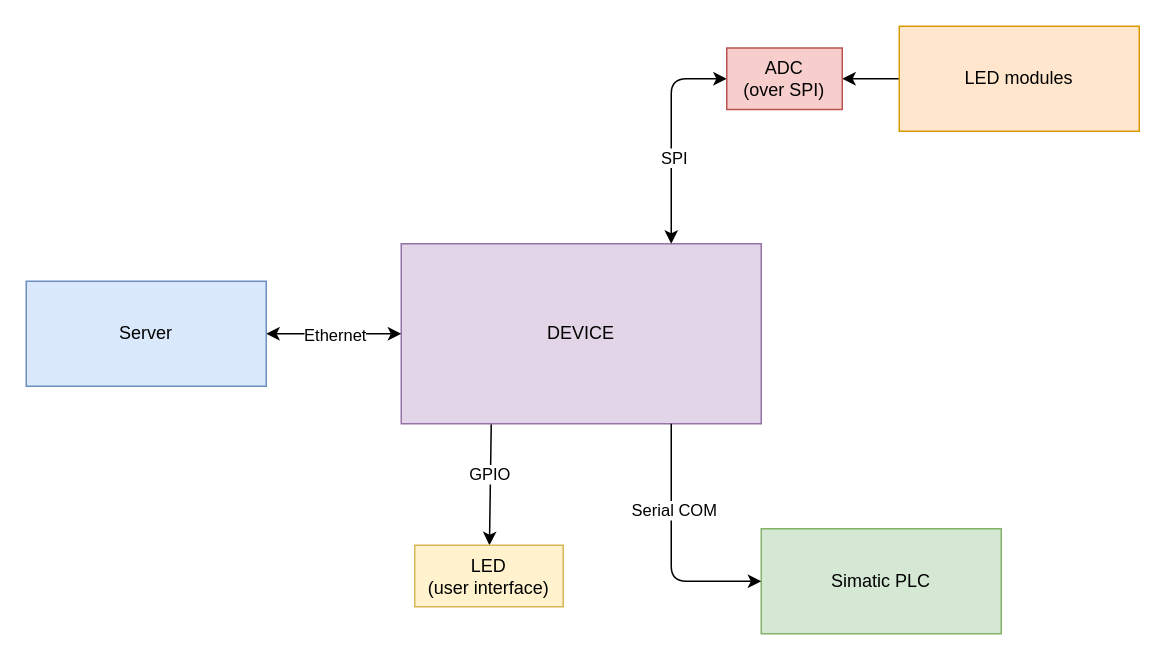
petrkucerak/diplom-thesis keeps this draw.io diagram as schematic/04-hw-design.drawio. Above is the earlier version. Source tidied: cells renumbered, new cells numbered last; positions are measured from the earlier drawing's top-left corner, leaving out a move shared by most shapes. Both pictures are drawn from the tidied source at 150%, with x=0, y=0 at pixel (26, 26).
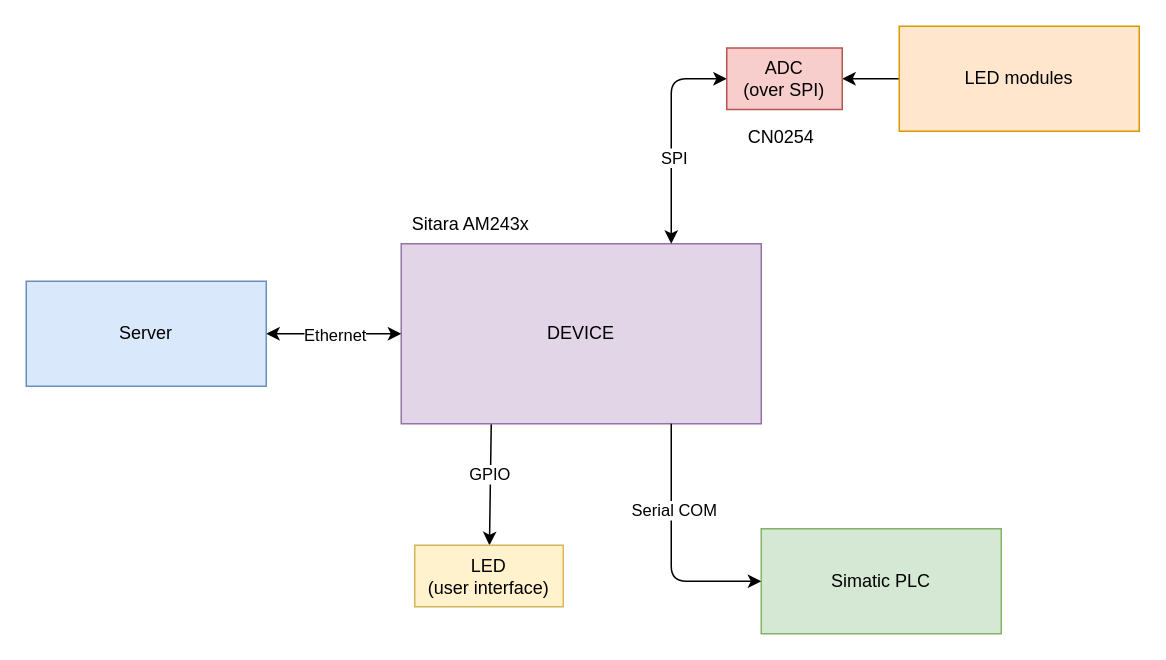
Above is the later version.

Commit message (it also covers changes not shown here):
Add exported schematic

Diff of the diagram source:
```diff
@@
 <mxGraphModel>
   <root>
     <mxCell id="0" />
     <mxCell id="1" parent="0" />
     <mxCell id="2" style="edgeStyle=none;html=1;exitX=0.25;exitY=1;exitDx=0;exitDy=0;" parent="1" edge="1" source="4" target="16">
       <mxGeometry relative="1" as="geometry" />
     </mxCell>
     <mxCell id="3" value="GPIO" style="edgeLabel;html=1;align=center;verticalAlign=middle;" parent="2" vertex="1">
       <mxGeometry x="-0.17" y="-1" relative="1" as="geometry" />
     </mxCell>
     <mxCell id="4" value="DEVICE" style="rounded=0;whiteSpace=wrap;html=1;fillColor=#e1d5e7;strokeColor=#9673a6;" parent="1" vertex="1">
       <mxGeometry x="250" y="145" width="240" height="120" as="geometry" />
     </mxCell>
     <mxCell id="5" style="edgeStyle=none;html=1;exitX=0;exitY=0.5;exitDx=0;exitDy=0;" parent="1" edge="1" source="6" target="15">
       <mxGeometry relative="1" as="geometry" />
     </mxCell>
     <mxCell id="6" value="LED modules" style="rounded=0;whiteSpace=wrap;html=1;fillColor=#ffe6cc;strokeColor=#d79b00;" parent="1" vertex="1">
       <mxGeometry x="582" width="160" height="70" as="geometry" />
     </mxCell>
     <mxCell id="7" value="Simatic PLC" style="rounded=0;whiteSpace=wrap;html=1;fillColor=#d5e8d4;strokeColor=#82b366;" parent="1" vertex="1">
       <mxGeometry x="490" y="335" width="160" height="70" as="geometry" />
     </mxCell>
     <mxCell id="8" style="edgeStyle=none;html=1;exitX=1;exitY=0.5;exitDx=0;exitDy=0;entryX=0;entryY=0.5;entryDx=0;entryDy=0;startArrow=classic;startFill=1;" parent="1" edge="1" source="10" target="4">
       <mxGeometry relative="1" as="geometry" />
     </mxCell>
     <mxCell id="9" value="Ethernet" style="edgeLabel;html=1;align=center;verticalAlign=middle;" parent="8" vertex="1">
       <mxGeometry x="-0.27" relative="1" as="geometry">
         <mxPoint x="12" as="offset" />
       </mxGeometry>
     </mxCell>
     <mxCell id="10" value="Server" style="rounded=0;whiteSpace=wrap;html=1;fillColor=#dae8fc;strokeColor=#6c8ebf;" parent="1" vertex="1">
       <mxGeometry y="170" width="160" height="70" as="geometry" />
     </mxCell>
     <mxCell id="11" style="edgeStyle=orthogonalEdgeStyle;html=1;exitX=0;exitY=0.5;exitDx=0;exitDy=0;startArrow=classic;startFill=1;entryX=0.75;entryY=1;entryDx=0;entryDy=0;endArrow=none;endFill=0;" parent="1" edge="1" source="7" target="4">
       <mxGeometry relative="1" as="geometry" />
     </mxCell>
     <mxCell id="12" value="Serial COM" style="edgeLabel;html=1;align=center;verticalAlign=middle;" parent="11" vertex="1">
       <mxGeometry x="0.31" y="-1" relative="1" as="geometry" />
     </mxCell>
     <mxCell id="13" style="edgeStyle=orthogonalEdgeStyle;html=1;exitX=0;exitY=0.5;exitDx=0;exitDy=0;entryX=0.75;entryY=0;entryDx=0;entryDy=0;startArrow=classic;startFill=1;" parent="1" edge="1" source="15" target="4">
       <mxGeometry relative="1" as="geometry" />
     </mxCell>
     <mxCell id="14" value="SPI" style="edgeLabel;html=1;align=center;verticalAlign=middle;" parent="13" vertex="1">
       <mxGeometry x="0.21" y="1" relative="1" as="geometry" />
     </mxCell>
     <mxCell id="15" value="ADC&lt;div&gt;(over SPI)&lt;/div&gt;" style="rounded=0;whiteSpace=wrap;html=1;fillColor=#f8cecc;strokeColor=#b85450;" parent="1" vertex="1">
       <mxGeometry x="467" y="14.5" width="77" height="41" as="geometry" />
     </mxCell>
     <mxCell id="16" value="LED&lt;br&gt;(user interface)" style="rounded=0;whiteSpace=wrap;html=1;fillColor=#fff2cc;strokeColor=#d6b656;" parent="1" vertex="1">
       <mxGeometry x="259" y="346" width="99" height="41" as="geometry" />
     </mxCell>
+    <mxCell id="17" value="CN0254" style="text;html=1;align=center;verticalAlign=middle;strokeColor=none;fillColor=none;" parent="1" vertex="1">
+      <mxGeometry x="472" y="61" width="62" height="26" as="geometry" />
+    </mxCell>
+    <mxCell id="18" value="Sitara AM243x" style="text;html=1;align=center;verticalAlign=middle;strokeColor=none;fillColor=none;" parent="1" vertex="1">
+      <mxGeometry x="248" y="119" width="96" height="26" as="geometry" />
+    </mxCell>
   </root>
 </mxGraphModel>
```
